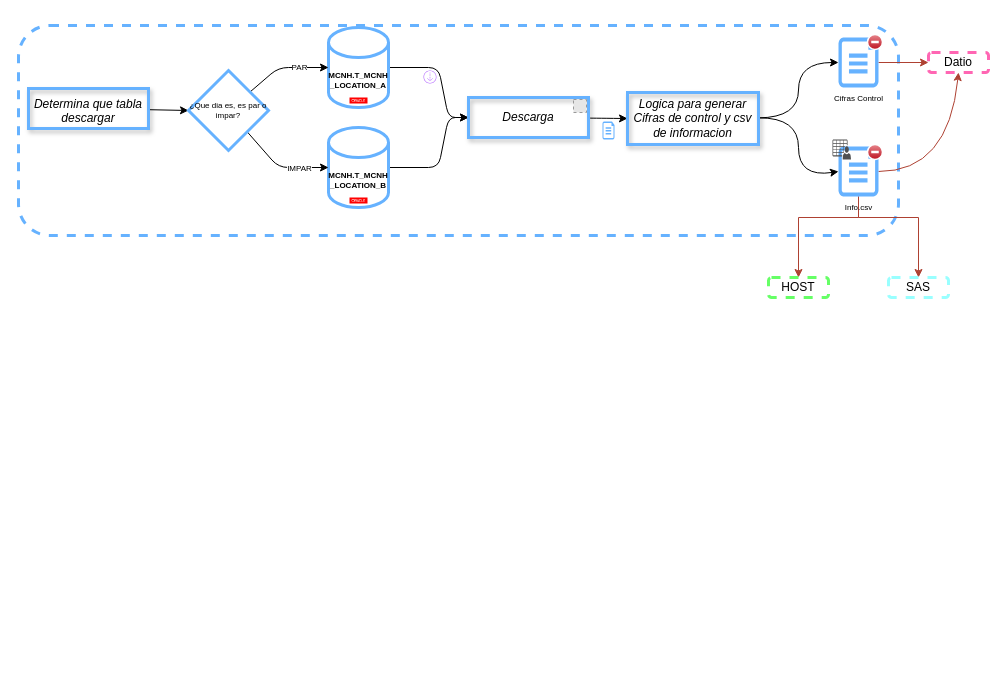
Earlier version of the draw.io diagram page "LRBA" (3 of 3) of Geolocalizacion.drawio (AngelUndeveloped/Geolocalizacion_LRBA). Source tidied: cells renumbered, new cells numbered last; positions are measured from the earlier drawing's top-left corner, leaving out a move shared by most shapes. Both pictures are drawn from the tidied source at 100%, with x=0, y=0 at pixel (18, 25). Pictures stored in the file or linked from it are replaced by grey dashed boxes.
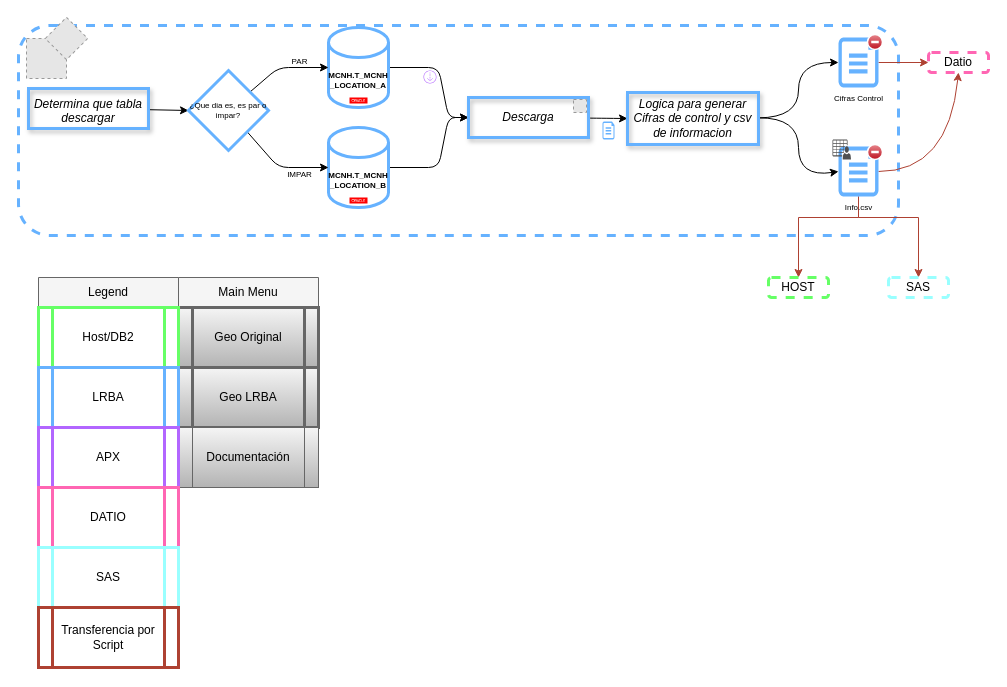
The same diagram, later.

Unchanged cells that the change refers to:
```xml
<mxCell id="11" style="edgeStyle=none;html=1;entryX=0;entryY=0.5;entryDx=0;entryDy=0;entryPerimeter=0;fontSize=8;fontColor=default;flowAnimation=1;" parent="1" edge="1" source="15" target="3">
  <mxGeometry relative="1" as="geometry">
    <Array as="points">
      <mxPoint x="260" y="42" />
    </Array>
  </mxGeometry>
</mxCell>
<mxCell id="13" style="edgeStyle=none;html=1;entryX=0;entryY=0.5;entryDx=0;entryDy=0;entryPerimeter=0;fontSize=8;fontColor=default;flowAnimation=0;" parent="1" edge="1" source="15" target="7">
  <mxGeometry relative="1" as="geometry">
    <Array as="points">
      <mxPoint x="260" y="142" />
    </Array>
  </mxGeometry>
</mxCell>
```

Diff of the diagram source:
```diff
@@
     <mxCell id="12" value="PAR" style="edgeLabel;html=1;align=center;verticalAlign=middle;fontSize=8;fontColor=default;" parent="11" vertex="1">
       <mxGeometry x="-0.53" relative="1" as="geometry">
-        <mxPoint x="33" y="-11" as="offset" />
+        <mxPoint x="33" y="-17" as="offset" />
       </mxGeometry>
     </mxCell>
@@
     <mxCell id="14" value="IMPAR" style="edgeLabel;html=1;align=center;verticalAlign=middle;fontSize=8;fontColor=default;" parent="13" vertex="1">
       <mxGeometry x="-0.27" y="-1" relative="1" as="geometry">
-        <mxPoint x="29" y="8" as="offset" />
+        <mxPoint x="29" y="14" as="offset" />
       </mxGeometry>
     </mxCell>
@@
-    <mxCell id="27" style="fillColor=#E6E6E6;strokeColor=#999999;dashed=1;verticalLabelPosition=bottom;labelBackgroundColor=default;verticalAlign=top;fontSize=8;fontColor=default;html=1;" parent="1" vertex="1">
-      <mxGeometry x="555" y="74" width="13" height="13" as="geometry" />
-    </mxCell>
@@
+    <mxCell id="37" parent="0" />
+    <mxCell id="38" style="fillColor=#E6E6E6;strokeColor=#999999;dashed=1;verticalLabelPosition=bottom;labelBackgroundColor=default;verticalAlign=top;" parent="37" vertex="1">
+      <mxGeometry x="8" y="13" width="40" height="40" as="geometry" />
+    </mxCell>
+    <mxCell id="39" style="fillColor=#E6E6E6;strokeColor=#999999;dashed=1;verticalLabelPosition=bottom;labelBackgroundColor=default;verticalAlign=top;rotation=45;" parent="37" vertex="1">
+      <mxGeometry x="33" y="-2" width="30" height="30" as="geometry" />
+    </mxCell>
+    <mxCell id="27" style="fillColor=#E6E6E6;strokeColor=#999999;dashed=1;verticalLabelPosition=bottom;labelBackgroundColor=default;verticalAlign=top;fontSize=8;fontColor=default;html=1;" parent="37" vertex="1">
+      <mxGeometry x="555" y="74" width="13" height="13" as="geometry" />
+    </mxCell>
+    <mxCell id="40" parent="0" />
+    <mxCell id="41" parent="0" />
+    <mxCell id="42" value="Main Menu" style="swimlane;fontStyle=0;horizontal=1;startSize=30;whiteSpace=wrap;html=1;fillColor=#f5f5f5;strokeColor=#666666;fontColor=#000000;" parent="41" vertex="1">
+      <mxGeometry x="160" y="252" width="140" height="210" as="geometry" />
+    </mxCell>
+    <mxCell id="43" value="Geo Original" style="shape=process;whiteSpace=wrap;html=1;backgroundOutline=1;rounded=0;glass=0;shadow=0;fixDash=0;fillColor=#f5f5f5;strokeColor=#666666;strokeWidth=3;gradientColor=#b3b3b3;" parent="42" vertex="1">
+      <mxGeometry y="30" width="140" height="60" as="geometry" />
+    </mxCell>
+    <mxCell id="44" value="Geo LRBA" style="shape=process;whiteSpace=wrap;html=1;backgroundOutline=1;fillColor=#f5f5f5;strokeColor=#666666;strokeWidth=3;gradientColor=#b3b3b3;" parent="42" vertex="1">
+      <mxGeometry y="90" width="140" height="60" as="geometry" />
+    </mxCell>
+    <mxCell id="45" value="Documentación" style="shape=process;whiteSpace=wrap;html=1;backgroundOutline=1;comic=0;enumerate=0;fillColor=#f5f5f5;gradientColor=#b3b3b3;strokeColor=#666666;" parent="42" vertex="1">
+      <mxGeometry y="150" width="140" height="60" as="geometry" />
+    </mxCell>
+    <mxCell id="46" value="Legend" style="swimlane;fontStyle=0;horizontal=1;startSize=30;whiteSpace=wrap;html=1;fillColor=#f5f5f5;strokeColor=#666666;fontColor=#000000;" parent="41" vertex="1">
+      <mxGeometry x="20" y="252" width="140" height="390" as="geometry" />
+    </mxCell>
+    <mxCell id="47" value="Host/DB2" style="shape=process;whiteSpace=wrap;html=1;backgroundOutline=1;rounded=0;glass=0;shadow=0;fixDash=0;fillColor=none;strokeColor=#66FF66;strokeWidth=3;" parent="46" vertex="1">
+      <mxGeometry y="30" width="140" height="60" as="geometry" />
+    </mxCell>
+    <mxCell id="48" value="LRBA" style="shape=process;whiteSpace=wrap;html=1;backgroundOutline=1;fillColor=none;strokeColor=#66B2FF;strokeWidth=3;" parent="46" vertex="1">
+      <mxGeometry y="90" width="140" height="60" as="geometry" />
+    </mxCell>
+    <mxCell id="49" value="APX" style="shape=process;whiteSpace=wrap;html=1;backgroundOutline=1;comic=0;enumerate=0;fillColor=none;strokeColor=#B266FF;strokeWidth=3;" parent="46" vertex="1">
+      <mxGeometry y="150" width="140" height="60" as="geometry" />
+    </mxCell>
+    <mxCell id="50" value="DATIO" style="shape=process;whiteSpace=wrap;html=1;backgroundOutline=1;comic=0;enumerate=0;fillColor=none;strokeColor=#FF66B3;strokeWidth=3;" parent="46" vertex="1">
+      <mxGeometry y="210" width="140" height="60" as="geometry" />
+    </mxCell>
+    <mxCell id="51" value="SAS" style="shape=process;whiteSpace=wrap;html=1;backgroundOutline=1;comic=0;enumerate=0;fillColor=none;strokeColor=#99FFFF;strokeWidth=3;" parent="46" vertex="1">
+      <mxGeometry y="270" width="140" height="60" as="geometry" />
+    </mxCell>
+    <mxCell id="52" value="Transferencia por Script" style="shape=process;whiteSpace=wrap;html=1;backgroundOutline=1;comic=0;enumerate=0;fillColor=none;strokeColor=#AE4132;strokeWidth=3;" parent="46" vertex="1">
+      <mxGeometry y="330" width="140" height="60" as="geometry" />
+    </mxCell>
```
